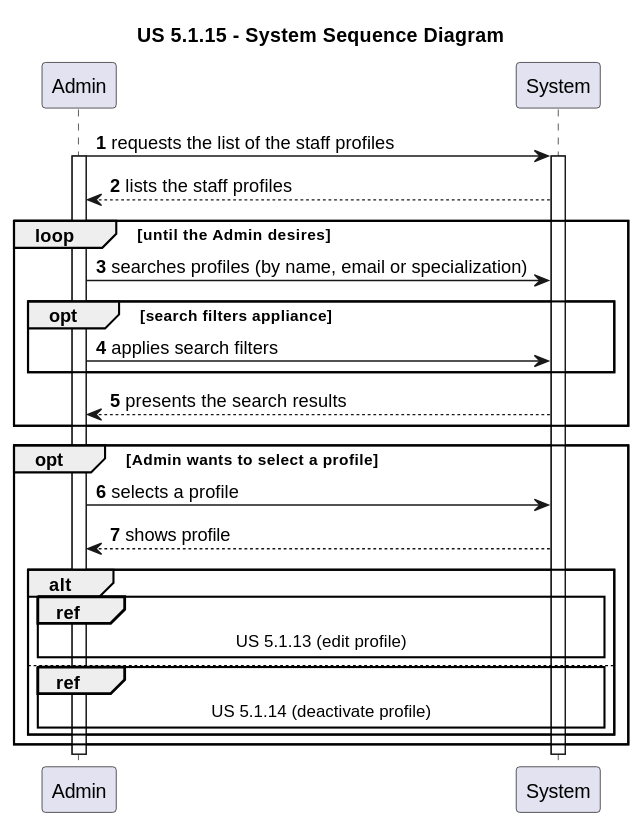
Before: docs/sprint-1/us-5.1.15/diagrams/SSD/us_5.1.15_system_sequence_diagram.svg, a diagram exported from PlantUML (rita-barbosa/LAPR5-2425). Source of this version:
```plantuml
@startuml

title "US 5.1.15 - System Sequence Diagram"

autonumber

participant Admin as ADM
participant System as SYS

ADM -> SYS : requests the list of the staff profiles
activate ADM
activate SYS

SYS --> ADM : lists the staff profiles

    loop until the Admin desires
    ADM -> SYS : searches profiles (by name, email or specialization)

        opt search filters appliance
        ADM -> SYS : applies search filters
        end opt

    SYS --> ADM : presents the search results
    end loop

    opt Admin wants to select a profile

    ADM -> SYS : selects a profile
    SYS --> ADM : shows profile

        alt

        ref over ADM, SYS : US 5.1.13 (edit profile)

        else

            ref over ADM, SYS : US 5.1.14 (deactivate profile)

        end alt

    end opt

autonumber stop

deactivate ADM
deactivate SYS
@enduml
```
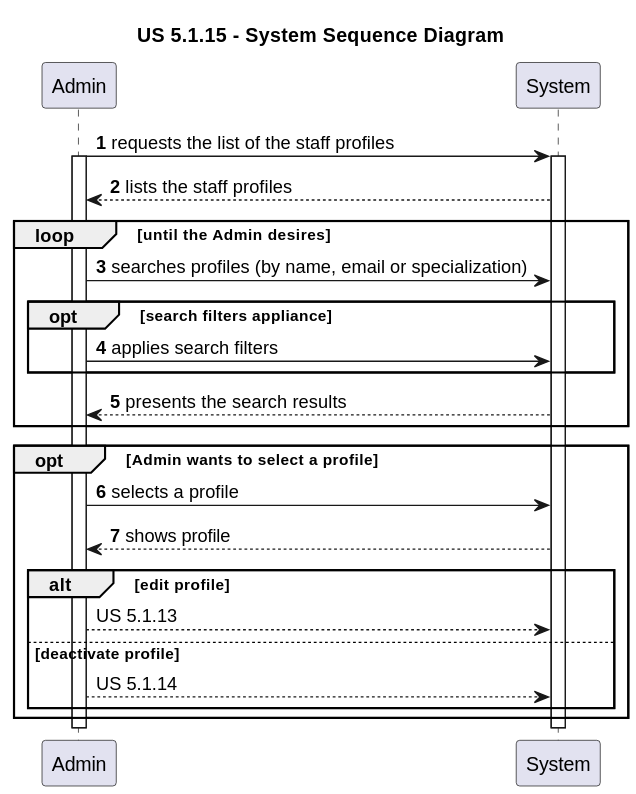
After the change.

The edit, as a diff of the source:
```diff
@@ -28,13 +28,14 @@
     ADM -> SYS : selects a profile
     SYS --> ADM : shows profile
 
-        alt
+autonumber stop
+        alt edit profile
 
-        ref over ADM, SYS : US 5.1.13 (edit profile)
+        ADM --> SYS : US 5.1.13
 
-        else
+        else deactivate profile
 
-            ref over ADM, SYS : US 5.1.14 (deactivate profile)
+            ADM --> SYS : US 5.1.14
 
         end alt
 
```
